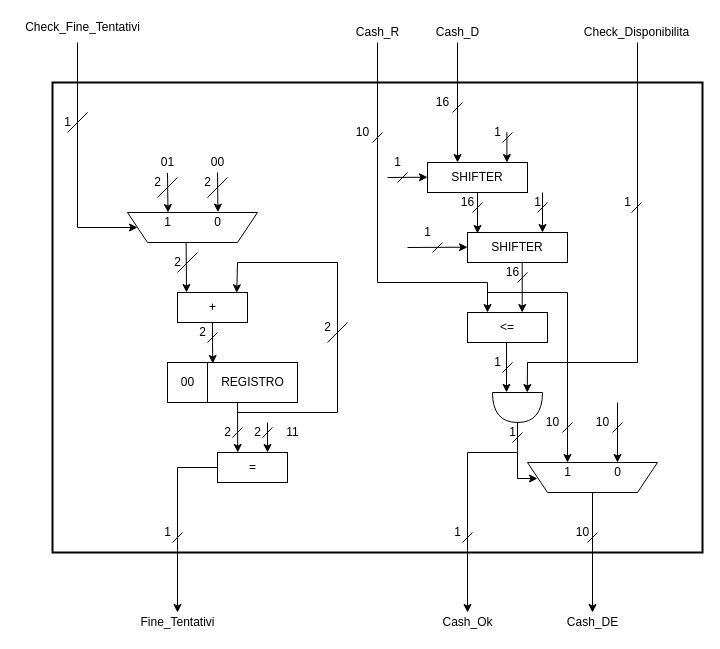
Before: DOCS/datapath_disegno/Datapath.drawio in enricobragastini/ElaboratoSIS, a draw.io diagram. Source tidied: cells renumbered, new cells numbered last; positions are measured from the earlier drawing's top-left corner, leaving out a move shared by most shapes. Both pictures are drawn from the tidied source at 100%, with x=0, y=0 at pixel (17, 17).
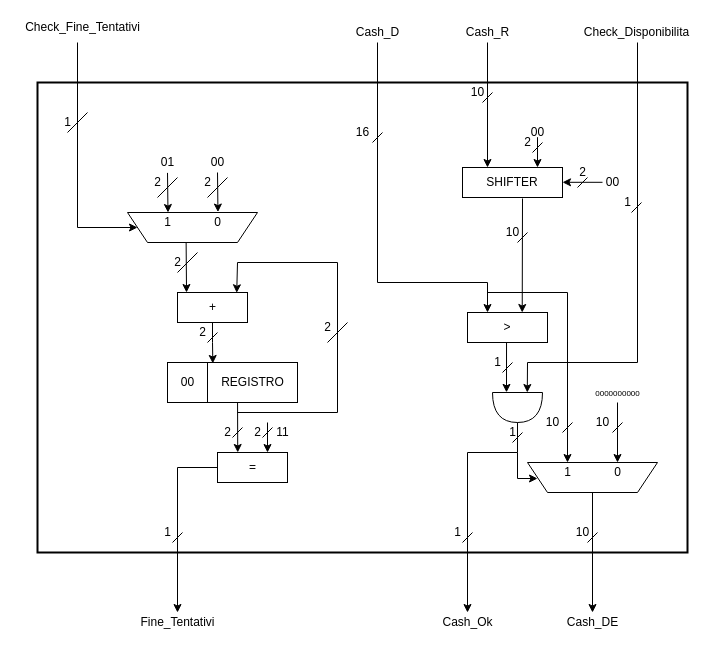
Above is the later version.

Commit message (it also covers changes not shown here):
Modifica al disegno del datapath

Change to the diagram source:
```diff
@@
-    <mxCell id="13" value="SHIFTER" style="rounded=0;whiteSpace=wrap;html=1;" parent="1" vertex="1">
-      <mxGeometry x="410" y="145" width="100" height="30" as="geometry" />
-    </mxCell>
     <mxCell id="14" value="SHIFTER" style="rounded=0;whiteSpace=wrap;html=1;" parent="1" vertex="1">
-      <mxGeometry x="450" y="215" width="100" height="30" as="geometry" />
+      <mxGeometry x="445" y="150" width="100" height="30" as="geometry" />
     </mxCell>
-    <mxCell id="15" value="&amp;lt;=" style="rounded=0;whiteSpace=wrap;html=1;" parent="1" vertex="1">
+    <mxCell id="15" value="&amp;gt;" style="rounded=0;whiteSpace=wrap;html=1;" parent="1" vertex="1">
       <mxGeometry x="450" y="295" width="80" height="30" as="geometry" />
     </mxCell>
@@
-    <mxCell id="18" style="endArrow=classic;html=1;exitX=0.5;exitY=1;exitDx=0;exitDy=0;entryX=0.1;entryY=0.031;entryDx=0;entryDy=0;entryPerimeter=0;" parent="1" edge="1" source="13" target="14">
-      <mxGeometry relative="1" as="geometry" />
-    </mxCell>
     <mxCell id="19" style="endArrow=classic;html=1;entryX=0.8;entryY=0.009;entryDx=0;entryDy=0;entryPerimeter=0;" parent="1" edge="1">
       <mxGeometry relative="1" as="geometry">
-        <mxPoint x="489.4" y="114.7" as="sourcePoint" />
-        <mxPoint x="489.4" y="145" as="targetPoint" />
+        <mxPoint x="520" y="119.7" as="sourcePoint" />
+        <mxPoint x="520" y="150" as="targetPoint" />
       </mxGeometry>
     </mxCell>
     <mxCell id="20" style="endArrow=classic;html=1;entryX=0.684;entryY=0;entryDx=0;entryDy=0;entryPerimeter=0;" parent="1" edge="1" target="15">
       <mxGeometry relative="1" as="geometry">
-        <mxPoint x="504.7" y="245" as="sourcePoint" />
+        <mxPoint x="505" y="181" as="sourcePoint" />
       </mxGeometry>
     </mxCell>
@@
     <mxCell id="24" style="rounded=0;whiteSpace=wrap;html=1;perimeterSpacing=2;strokeWidth=2;fillColor=none;imageAspect=1;" parent="1" vertex="1">
-      <mxGeometry x="35" y="65" width="650" height="470" as="geometry" />
+      <mxGeometry x="20" y="65" width="650" height="470" as="geometry" />
     </mxCell>
@@
     <mxCell id="43" value="11" style="text;html=1;align=center;verticalAlign=middle;" parent="1" vertex="1">
-      <mxGeometry x="260" y="405" width="30" height="20" as="geometry" />
+      <mxGeometry x="250" y="405" width="30" height="20" as="geometry" />
     </mxCell>
     <mxCell id="44" style="endArrow=classic;html=1;" parent="1" edge="1">
       <mxGeometry relative="1" as="geometry">
-        <mxPoint x="390" y="230" as="sourcePoint" />
-        <mxPoint x="450" y="229.7" as="targetPoint" />
+        <mxPoint x="585" y="164.8" as="sourcePoint" />
+        <mxPoint x="545" y="164.8" as="targetPoint" />
       </mxGeometry>
     </mxCell>
-    <mxCell id="45" style="endArrow=classic;html=1;" parent="1" edge="1">
-      <mxGeometry relative="1" as="geometry">
-        <mxPoint x="370" y="160" as="sourcePoint" />
-        <mxPoint x="410" y="159.7" as="targetPoint" />
-      </mxGeometry>
-    </mxCell>
-    <mxCell id="46" value="1" style="text;html=1;align=center;verticalAlign=middle;" parent="1" vertex="1">
-      <mxGeometry x="370" y="135" width="20" height="20" as="geometry" />
-    </mxCell>
-    <mxCell id="47" value="1" style="text;html=1;align=center;verticalAlign=middle;" parent="1" vertex="1">
-      <mxGeometry x="400" y="205" width="20" height="20" as="geometry" />
-    </mxCell>
@@
     <mxCell id="51" style="endArrow=classic;html=1;" parent="1" edge="1">
       <mxGeometry relative="1" as="geometry">
-        <mxPoint x="440" y="25" as="sourcePoint" />
-        <mxPoint x="440" y="145" as="targetPoint" />
+        <mxPoint x="470" y="25" as="sourcePoint" />
+        <mxPoint x="470" y="150" as="targetPoint" />
       </mxGeometry>
     </mxCell>
-    <mxCell id="52" value="Cash_D" style="text;html=1;align=center;verticalAlign=middle;" parent="1" vertex="1">
-      <mxGeometry x="410" y="5" width="60" height="20" as="geometry" />
+    <mxCell id="52" value="Cash_R" style="text;html=1;align=center;verticalAlign=middle;" parent="1" vertex="1">
+      <mxGeometry x="440" y="5" width="60" height="20" as="geometry" />
     </mxCell>
@@
-    <mxCell id="56" value="Cash_R" style="text;html=1;align=center;verticalAlign=middle;" parent="1" vertex="1">
+    <mxCell id="56" value="Cash_D" style="text;html=1;align=center;verticalAlign=middle;" parent="1" vertex="1">
       <mxGeometry x="330" y="5" width="60" height="20" as="geometry" />
     </mxCell>
@@
     <mxCell id="81" style="endArrow=none;html=1;" parent="1" edge="1">
       <mxGeometry relative="1" as="geometry">
-        <mxPoint x="435" y="95" as="sourcePoint" />
-        <mxPoint x="445" y="85" as="targetPoint" />
+        <mxPoint x="465" y="85" as="sourcePoint" />
+        <mxPoint x="475" y="75" as="targetPoint" />
       </mxGeometry>
     </mxCell>
@@
-    <mxCell id="84" style="endArrow=none;html=1;" parent="1" edge="1">
-      <mxGeometry relative="1" as="geometry">
-        <mxPoint x="455" y="195" as="sourcePoint" />
-        <mxPoint x="465" y="185" as="targetPoint" />
-      </mxGeometry>
-    </mxCell>
-    <mxCell id="85" style="endArrow=none;html=1;" parent="1" edge="1">
-      <mxGeometry relative="1" as="geometry">
-        <mxPoint x="520" y="195" as="sourcePoint" />
-        <mxPoint x="530" y="185" as="targetPoint" />
-      </mxGeometry>
-    </mxCell>
-    <mxCell id="86" style="endArrow=classic;html=1;entryX=0.75;entryY=0;entryDx=0;entryDy=0;" parent="1" edge="1" target="14">
-      <mxGeometry relative="1" as="geometry">
-        <mxPoint x="525" y="175" as="sourcePoint" />
-      </mxGeometry>
-    </mxCell>
     <mxCell id="87" style="endArrow=none;html=1;" parent="1" edge="1">
       <mxGeometry relative="1" as="geometry">
-        <mxPoint x="500" y="265" as="sourcePoint" />
-        <mxPoint x="510" y="255" as="targetPoint" />
+        <mxPoint x="500" y="225" as="sourcePoint" />
+        <mxPoint x="510" y="215" as="targetPoint" />
       </mxGeometry>
     </mxCell>
@@
-    <mxCell id="95" value="16" style="text;html=1;align=center;verticalAlign=middle;" parent="1" vertex="1">
-      <mxGeometry x="410" y="75" width="30" height="20" as="geometry" />
+    <mxCell id="95" value="10" style="text;html=1;align=center;verticalAlign=middle;" parent="1" vertex="1">
+      <mxGeometry x="445" y="65" width="30" height="20" as="geometry" />
     </mxCell>
-    <mxCell id="96" value="10" style="text;html=1;align=center;verticalAlign=middle;" parent="1" vertex="1">
+    <mxCell id="96" value="16" style="text;html=1;align=center;verticalAlign=middle;" parent="1" vertex="1">
       <mxGeometry x="330" y="105" width="30" height="20" as="geometry" />
     </mxCell>
     <mxCell id="97" style="endArrow=none;html=1;" parent="1" edge="1">
       <mxGeometry relative="1" as="geometry">
-        <mxPoint x="485" y="125" as="sourcePoint" />
-        <mxPoint x="495" y="115" as="targetPoint" />
+        <mxPoint x="515" y="135" as="sourcePoint" />
+        <mxPoint x="525" y="125" as="targetPoint" />
       </mxGeometry>
     </mxCell>
-    <mxCell id="98" value="1" style="text;html=1;align=center;verticalAlign=middle;" parent="1" vertex="1">
-      <mxGeometry x="470" y="105" width="20" height="20" as="geometry" />
+    <mxCell id="98" value="2" style="text;html=1;align=center;verticalAlign=middle;" parent="1" vertex="1">
+      <mxGeometry x="500" y="115" width="20" height="20" as="geometry" />
     </mxCell>
-    <mxCell id="99" style="endArrow=none;html=1;" parent="1" edge="1">
-      <mxGeometry relative="1" as="geometry">
-        <mxPoint x="380" y="165" as="sourcePoint" />
-        <mxPoint x="390" y="155" as="targetPoint" />
-      </mxGeometry>
-    </mxCell>
-    <mxCell id="100" style="endArrow=none;html=1;" parent="1" edge="1">
-      <mxGeometry relative="1" as="geometry">
-        <mxPoint x="415" y="235" as="sourcePoint" />
-        <mxPoint x="425" y="225" as="targetPoint" />
-      </mxGeometry>
-    </mxCell>
-    <mxCell id="101" value="16" style="text;html=1;align=center;verticalAlign=middle;" parent="1" vertex="1">
-      <mxGeometry x="435" y="175" width="30" height="20" as="geometry" />
-    </mxCell>
-    <mxCell id="102" value="16" style="text;html=1;align=center;verticalAlign=middle;" parent="1" vertex="1">
-      <mxGeometry x="480" y="245" width="30" height="20" as="geometry" />
+    <mxCell id="102" value="10" style="text;html=1;align=center;verticalAlign=middle;" parent="1" vertex="1">
+      <mxGeometry x="480" y="205" width="30" height="20" as="geometry" />
     </mxCell>
-    <mxCell id="103" value="1" style="text;html=1;align=center;verticalAlign=middle;" parent="1" vertex="1">
-      <mxGeometry x="510" y="175" width="20" height="20" as="geometry" />
-    </mxCell>
@@
+    <mxCell id="111" value="00" style="text;html=1;align=center;verticalAlign=middle;" parent="1" vertex="1">
+      <mxGeometry x="505" y="105" width="30" height="20" as="geometry" />
+    </mxCell>
+    <mxCell id="112" style="endArrow=none;html=1;" parent="1" edge="1">
+      <mxGeometry relative="1" as="geometry">
+        <mxPoint x="560" y="170" as="sourcePoint" />
+        <mxPoint x="570" y="160" as="targetPoint" />
+      </mxGeometry>
+    </mxCell>
+    <mxCell id="113" value="2" style="text;html=1;align=center;verticalAlign=middle;" parent="1" vertex="1">
+      <mxGeometry x="555" y="145" width="20" height="20" as="geometry" />
+    </mxCell>
+    <mxCell id="114" value="00" style="text;html=1;align=center;verticalAlign=middle;" parent="1" vertex="1">
+      <mxGeometry x="580" y="155" width="30" height="20" as="geometry" />
+    </mxCell>
+    <mxCell id="115" value="&lt;font style=&quot;vertical-align: inherit ; font-size: 8px&quot;&gt;0000000000&lt;/font&gt;" style="text;html=1;align=center;verticalAlign=middle;" parent="1" vertex="1">
+      <mxGeometry x="570" y="365" width="60" height="20" as="geometry" />
+    </mxCell>
```
